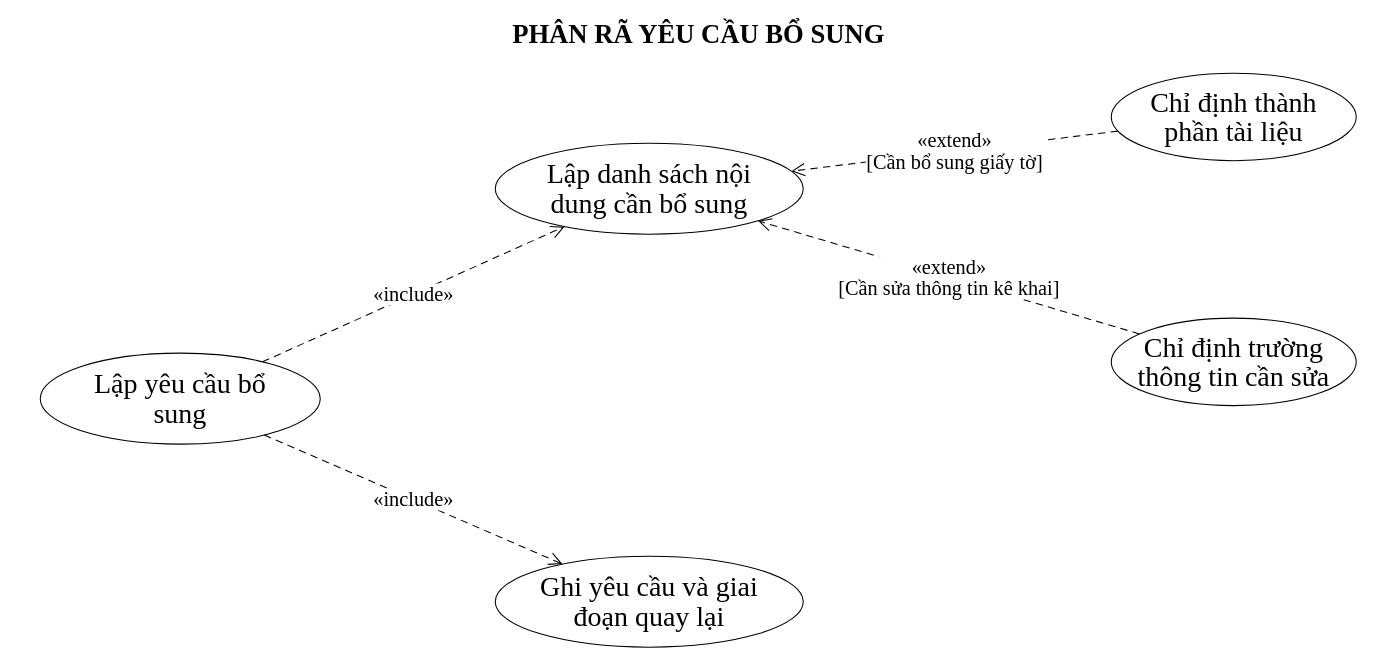
This is 03_So_do_Drawio/02_Use_Case/Hinh_2_06_Phan_ra_UC05_Yeu_cau_bo_sung.drawio from truonggiabao24072005-stack/CIV-01-Cong-Mot-Cua, a draw.io file, before an edit. Source tidied: cells renumbered, new cells numbered last; positions are measured from the earlier drawing's top-left corner, leaving out a move shared by most shapes. Both pictures are drawn from the tidied source at 70%, with x=0, y=0 at pixel (12, 12).
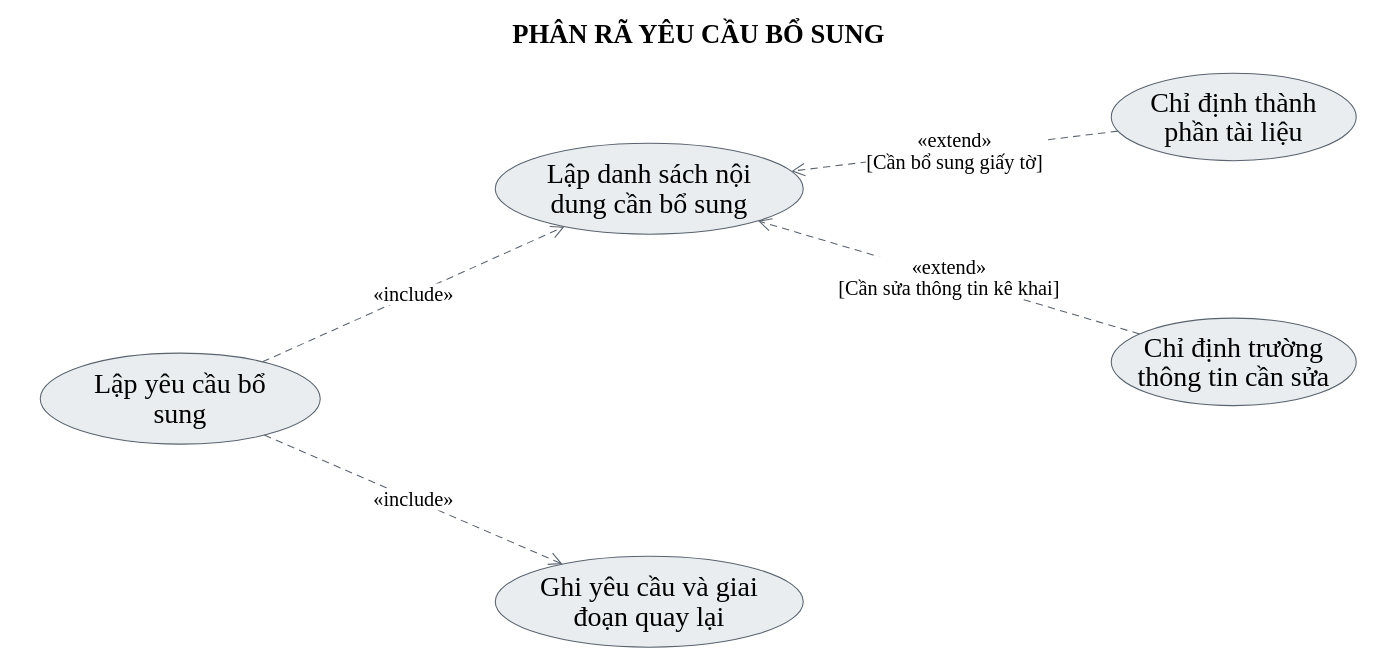
Above is the later version.

Change to the diagram source:
```diff
@@
 <mxGraphModel>
   <root>
     <mxCell id="0" />
     <mxCell id="1" parent="0" />
     <mxCell id="2" value="PHÂN RÃ YÊU CẦU BỔ SUNG" style="text;html=1;align=center;verticalAlign=middle;fontFamily=Times New Roman;fontSize=38;fontStyle=1;fontColor=#000000;strokeColor=none;fillColor=none;" parent="1" vertex="1">
       <mxGeometry width="1960" height="64" as="geometry" />
     </mxCell>
-    <mxCell id="3" value="&lt;div style=&quot;line-height:1.05;&quot;&gt;Lập yêu cầu bổ&lt;br&gt;sung&lt;/div&gt;" style="ellipse;whiteSpace=wrap;html=1;spacing=10;fontStyle=0;fillColor=#FFFFFF;strokeColor=#000000;strokeWidth=1.5;fontColor=#000000;fontFamily=Times New Roman;fontSize=40;" parent="1" vertex="1">
+    <mxCell id="3" value="&lt;div style=&quot;line-height:1.05;&quot;&gt;Lập yêu cầu bổ&lt;br&gt;sung&lt;/div&gt;" style="ellipse;whiteSpace=wrap;html=1;spacing=10;fontStyle=0;fillColor=#E9EDF0;strokeColor=#59636E;strokeWidth=1.5;fontColor=#000000;fontFamily=Times New Roman;fontSize=40;" parent="1" vertex="1">
       <mxGeometry x="40" y="487" width="400" height="130" as="geometry" />
     </mxCell>
-    <mxCell id="4" value="&lt;div style=&quot;line-height:1.05;&quot;&gt;Lập danh sách nội&lt;br&gt;dung cần bổ sung&lt;/div&gt;" style="ellipse;whiteSpace=wrap;html=1;spacing=10;fontStyle=0;fillColor=#FFFFFF;strokeColor=#000000;strokeWidth=1.5;fontColor=#000000;fontFamily=Times New Roman;fontSize=40;" parent="1" vertex="1">
+    <mxCell id="4" value="&lt;div style=&quot;line-height:1.05;&quot;&gt;Lập danh sách nội&lt;br&gt;dung cần bổ sung&lt;/div&gt;" style="ellipse;whiteSpace=wrap;html=1;spacing=10;fontStyle=0;fillColor=#E9EDF0;strokeColor=#59636E;strokeWidth=1.5;fontColor=#000000;fontFamily=Times New Roman;fontSize=40;" parent="1" vertex="1">
       <mxGeometry x="690" y="187" width="440" height="130" as="geometry" />
     </mxCell>
-    <mxCell id="5" value="&lt;div style=&quot;line-height:1.05;&quot;&gt;Ghi yêu cầu và giai&lt;br&gt;đoạn quay lại&lt;/div&gt;" style="ellipse;whiteSpace=wrap;html=1;spacing=10;fontStyle=0;fillColor=#FFFFFF;strokeColor=#000000;strokeWidth=1.5;fontColor=#000000;fontFamily=Times New Roman;fontSize=40;" parent="1" vertex="1">
+    <mxCell id="5" value="&lt;div style=&quot;line-height:1.05;&quot;&gt;Ghi yêu cầu và giai&lt;br&gt;đoạn quay lại&lt;/div&gt;" style="ellipse;whiteSpace=wrap;html=1;spacing=10;fontStyle=0;fillColor=#E9EDF0;strokeColor=#59636E;strokeWidth=1.5;fontColor=#000000;fontFamily=Times New Roman;fontSize=40;" parent="1" vertex="1">
       <mxGeometry x="690" y="777" width="440" height="130" as="geometry" />
     </mxCell>
-    <mxCell id="6" value="&lt;div style=&quot;line-height:1.05;&quot;&gt;Chỉ định thành&lt;br&gt;phần tài liệu&lt;/div&gt;" style="ellipse;whiteSpace=wrap;html=1;spacing=10;fontStyle=0;fillColor=#FFFFFF;strokeColor=#000000;strokeWidth=1.5;fontColor=#000000;fontFamily=Times New Roman;fontSize=40;" parent="1" vertex="1">
+    <mxCell id="6" value="&lt;div style=&quot;line-height:1.05;&quot;&gt;Chỉ định thành&lt;br&gt;phần tài liệu&lt;/div&gt;" style="ellipse;whiteSpace=wrap;html=1;spacing=10;fontStyle=0;fillColor=#E9EDF0;strokeColor=#59636E;strokeWidth=1.5;fontColor=#000000;fontFamily=Times New Roman;fontSize=40;" parent="1" vertex="1">
       <mxGeometry x="1570" y="87" width="350" height="125" as="geometry" />
     </mxCell>
-    <mxCell id="7" value="&lt;div style=&quot;line-height:1.05;&quot;&gt;Chỉ định trường&lt;br&gt;thông tin cần sửa&lt;/div&gt;" style="ellipse;whiteSpace=wrap;html=1;spacing=10;fontStyle=0;fillColor=#FFFFFF;strokeColor=#000000;strokeWidth=1.5;fontColor=#000000;fontFamily=Times New Roman;fontSize=40;" parent="1" vertex="1">
+    <mxCell id="7" value="&lt;div style=&quot;line-height:1.05;&quot;&gt;Chỉ định trường&lt;br&gt;thông tin cần sửa&lt;/div&gt;" style="ellipse;whiteSpace=wrap;html=1;spacing=10;fontStyle=0;fillColor=#E9EDF0;strokeColor=#59636E;strokeWidth=1.5;fontColor=#000000;fontFamily=Times New Roman;fontSize=40;" parent="1" vertex="1">
       <mxGeometry x="1570" y="437" width="350" height="125" as="geometry" />
     </mxCell>
-    <mxCell id="8" value="&lt;div style=&quot;line-height:1.05;&quot;&gt;«include»&lt;/div&gt;" style="html=1;rounded=0;endArrow=open;endSize=16;endFill=0;startArrow=none;dashed=1;dashPattern=7 5;strokeWidth=1.5;strokeColor=#000000;exitX=0.793705;exitY=0.095355;entryX=0.224623;entryY=0.917334;exitPerimeter=0;entryPerimeter=0;labelWidth=135;fontSize=29;fontFamily=Times New Roman;fontColor=#000000;labelBackgroundColor=#FFFFFF;" parent="1" edge="1" source="3" target="4">
+    <mxCell id="8" value="&lt;div style=&quot;line-height:1.05;&quot;&gt;«include»&lt;/div&gt;" style="html=1;rounded=0;endArrow=open;endSize=16;endFill=0;startArrow=none;dashed=1;dashPattern=7 5;strokeWidth=1.5;strokeColor=#59636E;exitX=0.793705;exitY=0.095355;entryX=0.224623;entryY=0.917334;exitPerimeter=0;entryPerimeter=0;labelWidth=135;fontSize=29;fontFamily=Times New Roman;fontColor=#000000;labelBackgroundColor=#FFFFFF;" parent="1" edge="1" source="3" target="4">
       <mxGeometry relative="1" as="geometry" />
     </mxCell>
-    <mxCell id="9" value="&lt;div style=&quot;line-height:1.05;&quot;&gt;«include»&lt;/div&gt;" style="html=1;rounded=0;endArrow=open;endSize=16;endFill=0;startArrow=none;dashed=1;dashPattern=7 5;strokeWidth=1.5;strokeColor=#000000;exitX=0.800221;exitY=0.899834;entryX=0.218111;entryY=0.087037;exitPerimeter=0;entryPerimeter=0;labelWidth=135;fontSize=29;fontFamily=Times New Roman;fontColor=#000000;labelBackgroundColor=#FFFFFF;" parent="1" edge="1" source="3" target="5">
+    <mxCell id="9" value="&lt;div style=&quot;line-height:1.05;&quot;&gt;«include»&lt;/div&gt;" style="html=1;rounded=0;endArrow=open;endSize=16;endFill=0;startArrow=none;dashed=1;dashPattern=7 5;strokeWidth=1.5;strokeColor=#59636E;exitX=0.800221;exitY=0.899834;entryX=0.218111;entryY=0.087037;exitPerimeter=0;entryPerimeter=0;labelWidth=135;fontSize=29;fontFamily=Times New Roman;fontColor=#000000;labelBackgroundColor=#FFFFFF;" parent="1" edge="1" source="3" target="5">
       <mxGeometry relative="1" as="geometry" />
     </mxCell>
-    <mxCell id="10" value="&lt;div style=&quot;line-height:1.05;&quot;&gt;«extend»&lt;br&gt;[Cần bổ sung giấy tờ]&lt;/div&gt;" style="html=1;rounded=0;endArrow=open;endSize=16;endFill=0;startArrow=none;dashed=1;dashPattern=7 5;strokeWidth=1.5;strokeColor=#000000;exitX=0.027151;exitY=0.662524;entryX=0.961733;entryY=0.308161;exitPerimeter=0;entryPerimeter=0;labelWidth=273;fontSize=29;fontFamily=Times New Roman;fontColor=#000000;labelBackgroundColor=#FFFFFF;" parent="1" edge="1" source="6" target="4">
+    <mxCell id="10" value="&lt;div style=&quot;line-height:1.05;&quot;&gt;«extend»&lt;br&gt;[Cần bổ sung giấy tờ]&lt;/div&gt;" style="html=1;rounded=0;endArrow=open;endSize=16;endFill=0;startArrow=none;dashed=1;dashPattern=7 5;strokeWidth=1.5;strokeColor=#59636E;exitX=0.027151;exitY=0.662524;entryX=0.961733;entryY=0.308161;exitPerimeter=0;entryPerimeter=0;labelWidth=273;fontSize=29;fontFamily=Times New Roman;fontColor=#000000;labelBackgroundColor=#FFFFFF;" parent="1" edge="1" source="6" target="4">
       <mxGeometry relative="1" as="geometry" />
     </mxCell>
-    <mxCell id="11" value="&lt;div style=&quot;line-height:1.05;&quot;&gt;«extend»&lt;br&gt;[Cần sửa thông tin kê khai]&lt;/div&gt;" style="html=1;rounded=0;endArrow=open;endSize=16;endFill=0;startArrow=none;dashed=1;dashPattern=7 5;strokeWidth=1.5;strokeColor=#000000;exitX=0.115248;exitY=0.180679;entryX=0.852984;entryY=0.854122;exitPerimeter=0;entryPerimeter=0;labelWidth=338;fontSize=29;fontFamily=Times New Roman;fontColor=#000000;labelBackgroundColor=#FFFFFF;" parent="1" edge="1" source="7" target="4">
+    <mxCell id="11" value="&lt;div style=&quot;line-height:1.05;&quot;&gt;«extend»&lt;br&gt;[Cần sửa thông tin kê khai]&lt;/div&gt;" style="html=1;rounded=0;endArrow=open;endSize=16;endFill=0;startArrow=none;dashed=1;dashPattern=7 5;strokeWidth=1.5;strokeColor=#59636E;exitX=0.115248;exitY=0.180679;entryX=0.852984;entryY=0.854122;exitPerimeter=0;entryPerimeter=0;labelWidth=338;fontSize=29;fontFamily=Times New Roman;fontColor=#000000;labelBackgroundColor=#FFFFFF;" parent="1" edge="1" source="7" target="4">
       <mxGeometry relative="1" as="geometry" />
     </mxCell>
   </root>
 </mxGraphModel>
```
